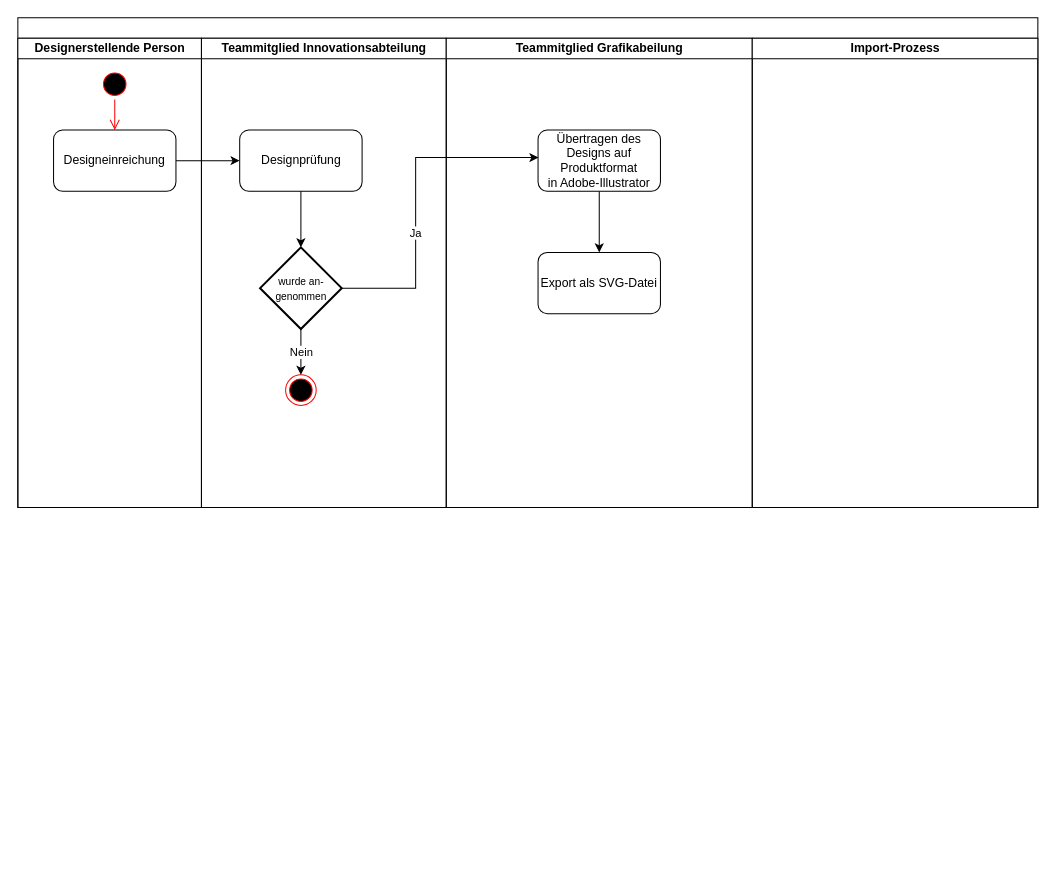
Above: Arbeit/diagrams/Freedesign-Bestellvorgang.drawio in albreax/Diplomarbeit (draw.io), before the change. Source tidied: cells renumbered, new cells numbered last; positions are measured from the earlier drawing's top-left corner, leaving out a move shared by most shapes. Both pictures are drawn from the tidied source at 102%, with x=0, y=0 at pixel (17, 17).
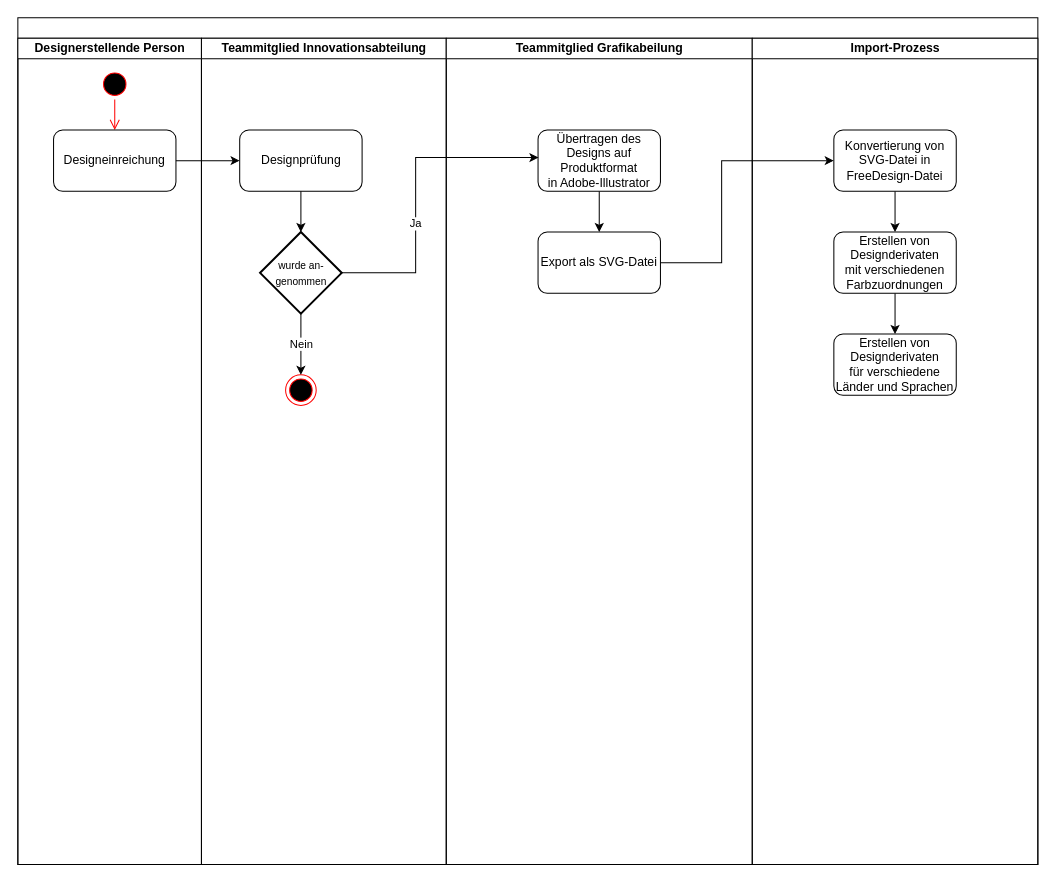
Above is the later version.

Unchanged cells that the change refers to:
```xml
<mxCell id="6" value="&lt;span&gt;Designeinreichung&lt;/span&gt;" style="rounded=1;whiteSpace=wrap;html=1;" parent="3" vertex="1">
  <mxGeometry x="35" y="90" width="120" height="60" as="geometry" />
</mxCell>
<mxCell id="8" style="ellipse;html=1;shape=endState;fillColor=#000000;strokeColor=#ff0000;" parent="7" vertex="1">
  <mxGeometry x="82.5" y="330" width="30" height="30" as="geometry" />
</mxCell>
<mxCell id="9" value="&lt;span&gt;Designprüfung&lt;/span&gt;" style="rounded=1;whiteSpace=wrap;html=1;" parent="7" vertex="1">
  <mxGeometry x="37.5" y="90" width="120" height="60" as="geometry" />
</mxCell>
<mxCell id="12" value="&lt;span&gt;Übertragen des Designs auf Produktformat&lt;/span&gt;&lt;br&gt;&lt;span&gt;in Adobe-Illustrator&lt;/span&gt;" style="rounded=1;whiteSpace=wrap;html=1;" parent="10" vertex="1">
  <mxGeometry x="90" y="90" width="120" height="60" as="geometry" />
</mxCell>
```

The edit, as a diff of the source:
```diff
@@
     <mxCell id="2" style="swimlane;html=1;startSize=20;" parent="1" vertex="1">
-      <mxGeometry width="1000" height="480" as="geometry" />
+      <mxGeometry width="1000" height="830" as="geometry" />
     </mxCell>
     <mxCell id="3" value="Designerstellende Person" style="swimlane;html=1;startSize=20;" parent="2" vertex="1">
-      <mxGeometry y="20" width="180" height="460" as="geometry" />
+      <mxGeometry y="20" width="180" height="810" as="geometry" />
     </mxCell>
@@
     <mxCell id="7" value="Teammitglied Innovationsabteilung" style="swimlane;html=1;startSize=20;" parent="2" vertex="1">
-      <mxGeometry x="180" y="20" width="240" height="460" as="geometry" />
+      <mxGeometry x="180" y="20" width="240" height="810" as="geometry" />
     </mxCell>
@@
+    <mxCell id="18" value="&lt;font style=&quot;font-size: 10px&quot;&gt;wurde an-genommen&lt;/font&gt;" style="rhombus;whiteSpace=wrap;html=1;strokeWidth=2;" parent="7" vertex="1">
+      <mxGeometry x="57.5" y="190" width="80" height="80" as="geometry" />
+    </mxCell>
+    <mxCell id="16" value="Nein" style="edgeStyle=orthogonalEdgeStyle;rounded=0;jettySize=auto;html=1;exitX=0.5;exitY=1;exitDx=0;exitDy=0;entryX=0.5;entryY=0;entryDx=0;entryDy=0;" parent="7" edge="1" source="18" target="8">
+      <mxGeometry relative="1" as="geometry" />
+    </mxCell>
+    <mxCell id="19" style="edgeStyle=orthogonalEdgeStyle;rounded=0;jettySize=auto;html=1;exitX=0.5;exitY=1;exitDx=0;exitDy=0;entryX=0.5;entryY=0;entryDx=0;entryDy=0;" parent="7" edge="1" source="9" target="18">
+      <mxGeometry relative="1" as="geometry" />
+    </mxCell>
     <mxCell id="10" value="Teammitglied&amp;nbsp;Grafikabeilung" style="swimlane;html=1;startSize=20;" parent="2" vertex="1">
-      <mxGeometry x="420" y="20" width="300" height="460" as="geometry" />
+      <mxGeometry x="420" y="20" width="300" height="810" as="geometry" />
     </mxCell>
@@
     <mxCell id="13" value="Export als SVG-Datei" style="rounded=1;whiteSpace=wrap;html=1;" parent="10" vertex="1">
-      <mxGeometry x="90" y="210" width="120" height="60" as="geometry" />
+      <mxGeometry x="90" y="190" width="120" height="60" as="geometry" />
     </mxCell>
+    <mxCell id="15" style="edgeStyle=orthogonalEdgeStyle;rounded=0;jettySize=auto;html=1;exitX=1;exitY=0.5;exitDx=0;exitDy=0;entryX=0;entryY=0.5;entryDx=0;entryDy=0;" parent="2" edge="1" source="6" target="9">
+      <mxGeometry relative="1" as="geometry" />
+    </mxCell>
     <mxCell id="14" value="Import-Prozess" style="swimlane;html=1;startSize=20;" parent="2" vertex="1">
-      <mxGeometry x="720" y="20" width="280" height="460" as="geometry" />
+      <mxGeometry x="720" y="20" width="280" height="810" as="geometry" />
     </mxCell>
-    <mxCell id="15" style="edgeStyle=orthogonalEdgeStyle;rounded=0;jettySize=auto;html=1;exitX=1;exitY=0.5;exitDx=0;exitDy=0;entryX=0;entryY=0.5;entryDx=0;entryDy=0;" parent="2" edge="1" source="6" target="9">
-      <mxGeometry relative="1" as="geometry" />
-    </mxCell>
-    <mxCell id="16" value="Nein" style="edgeStyle=orthogonalEdgeStyle;rounded=0;jettySize=auto;html=1;exitX=0.5;exitY=1;exitDx=0;exitDy=0;entryX=0.5;entryY=0;entryDx=0;entryDy=0;" parent="1" edge="1" source="18" target="8">
-      <mxGeometry relative="1" as="geometry" />
-    </mxCell>
+    <mxCell id="20" value="Erstellen von Designderivaten&lt;br&gt;für verschiedene Länder und Sprachen" style="rounded=1;whiteSpace=wrap;html=1;" parent="14" vertex="1">
+      <mxGeometry x="80" y="290" width="120" height="60" as="geometry" />
+    </mxCell>
+    <mxCell id="21" style="edgeStyle=orthogonalEdgeStyle;rounded=0;jettySize=auto;html=1;exitX=0.5;exitY=1;exitDx=0;exitDy=0;entryX=0.5;entryY=0;entryDx=0;entryDy=0;" parent="14" edge="1" source="22" target="20">
+      <mxGeometry relative="1" as="geometry" />
+    </mxCell>
+    <mxCell id="22" value="Erstellen von Designderivaten&lt;br&gt;mit verschiedenen Farbzuordnungen" style="rounded=1;whiteSpace=wrap;html=1;" parent="14" vertex="1">
+      <mxGeometry x="80" y="190" width="120" height="60" as="geometry" />
+    </mxCell>
+    <mxCell id="23" style="edgeStyle=orthogonalEdgeStyle;rounded=0;jettySize=auto;html=1;exitX=0.5;exitY=1;exitDx=0;exitDy=0;entryX=0.5;entryY=0;entryDx=0;entryDy=0;" parent="14" edge="1" source="24" target="22">
+      <mxGeometry relative="1" as="geometry" />
+    </mxCell>
+    <mxCell id="24" value="Konvertierung von SVG-Datei in FreeDesign-Datei" style="rounded=1;whiteSpace=wrap;html=1;" parent="14" vertex="1">
+      <mxGeometry x="80" y="90" width="120" height="60" as="geometry" />
+    </mxCell>
-    <mxCell id="17" value="Ja" style="edgeStyle=orthogonalEdgeStyle;rounded=0;jettySize=auto;html=1;exitX=1;exitY=0.5;exitDx=0;exitDy=0;entryX=0.004;entryY=0.45;entryDx=0;entryDy=0;entryPerimeter=0;" parent="1" edge="1" source="18" target="12">
+    <mxCell id="17" value="Ja" style="edgeStyle=orthogonalEdgeStyle;rounded=0;jettySize=auto;html=1;exitX=1;exitY=0.5;exitDx=0;exitDy=0;entryX=0.004;entryY=0.45;entryDx=0;entryDy=0;entryPerimeter=0;" parent="2" edge="1" source="18" target="12">
       <mxGeometry x="-0.21" relative="1" as="geometry">
         <Array as="points">
-          <mxPoint x="390" y="265" />
+          <mxPoint x="390" y="250" />
           <mxPoint x="390" y="137" />
         </Array>
       </mxGeometry>
     </mxCell>
-    <mxCell id="18" value="&lt;font style=&quot;font-size: 10px&quot;&gt;wurde an-genommen&lt;/font&gt;" style="rhombus;whiteSpace=wrap;html=1;strokeWidth=2;" parent="1" vertex="1">
-      <mxGeometry x="237.5" y="225" width="80" height="80" as="geometry" />
-    </mxCell>
-    <mxCell id="19" style="edgeStyle=orthogonalEdgeStyle;rounded=0;jettySize=auto;html=1;exitX=0.5;exitY=1;exitDx=0;exitDy=0;entryX=0.5;entryY=0;entryDx=0;entryDy=0;" parent="1" edge="1" source="9" target="18">
-      <mxGeometry relative="1" as="geometry" />
-    </mxCell>
+    <mxCell id="25" style="edgeStyle=orthogonalEdgeStyle;rounded=0;jettySize=auto;html=1;exitX=1;exitY=0.5;exitDx=0;exitDy=0;entryX=0;entryY=0.5;entryDx=0;entryDy=0;" parent="2" edge="1" source="13" target="24">
+      <mxGeometry relative="1" as="geometry">
+        <Array as="points">
+          <mxPoint x="690" y="240" />
+          <mxPoint x="690" y="140" />
+        </Array>
+      </mxGeometry>
+    </mxCell>
```
